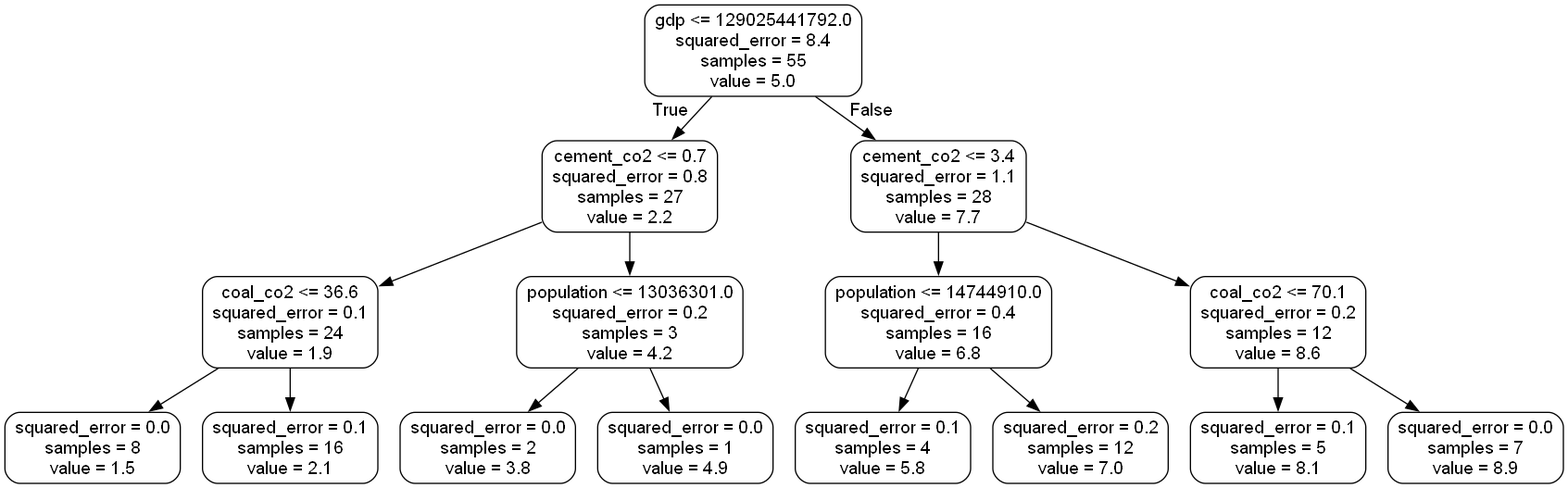
Before: small_tree.png, a diagram exported from Graphviz (L-dos-Santos/final-project). Its source is kept beside it as small_tree.dot.
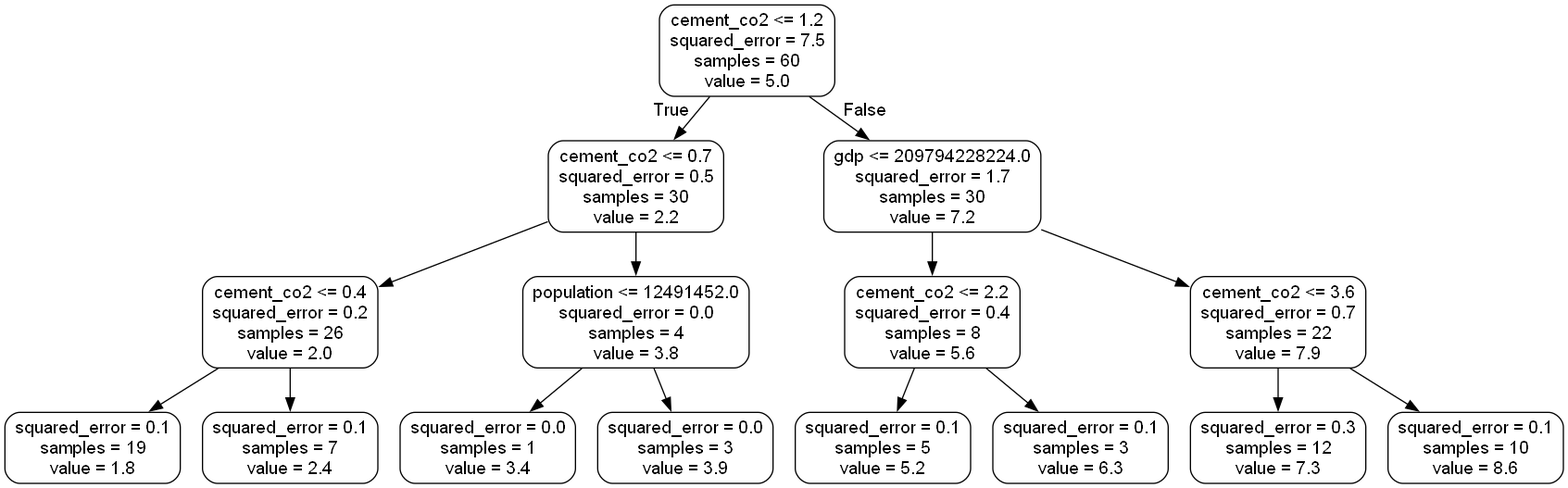
Later version of the same file.

The edit, as a diff of the source:
```diff
@@ -1,33 +1,33 @@
 digraph Tree {
 node [shape=box, style="rounded", color="black", fontname="helvetica"] ;
 edge [fontname="helvetica"] ;
-0 [label="gdp <= 129025441792.0\nsquared_error = 8.4\nsamples = 55\nvalue = 5.0"] ;
-1 [label="cement_co2 <= 0.7\nsquared_error = 0.8\nsamples = 27\nvalue = 2.2"] ;
+0 [label="cement_co2 <= 1.2\nsquared_error = 7.5\nsamples = 60\nvalue = 5.0"] ;
+1 [label="cement_co2 <= 0.7\nsquared_error = 0.5\nsamples = 30\nvalue = 2.2"] ;
 0 -> 1 [labeldistance=2.5, labelangle=45, headlabel="True"] ;
-2 [label="coal_co2 <= 36.6\nsquared_error = 0.1\nsamples = 24\nvalue = 1.9"] ;
+2 [label="cement_co2 <= 0.4\nsquared_error = 0.2\nsamples = 26\nvalue = 2.0"] ;
 1 -> 2 ;
-3 [label="squared_error = 0.0\nsamples = 8\nvalue = 1.5"] ;
+3 [label="squared_error = 0.1\nsamples = 19\nvalue = 1.8"] ;
 2 -> 3 ;
-4 [label="squared_error = 0.1\nsamples = 16\nvalue = 2.1"] ;
+4 [label="squared_error = 0.1\nsamples = 7\nvalue = 2.4"] ;
 2 -> 4 ;
-5 [label="population <= 13036301.0\nsquared_error = 0.2\nsamples = 3\nvalue = 4.2"] ;
+5 [label="population <= 12491452.0\nsquared_error = 0.0\nsamples = 4\nvalue = 3.8"] ;
 1 -> 5 ;
-6 [label="squared_error = 0.0\nsamples = 2\nvalue = 3.8"] ;
+6 [label="squared_error = 0.0\nsamples = 1\nvalue = 3.4"] ;
 5 -> 6 ;
-7 [label="squared_error = 0.0\nsamples = 1\nvalue = 4.9"] ;
+7 [label="squared_error = 0.0\nsamples = 3\nvalue = 3.9"] ;
 5 -> 7 ;
-8 [label="cement_co2 <= 3.4\nsquared_error = 1.1\nsamples = 28\nvalue = 7.7"] ;
+8 [label="gdp <= 209794228224.0\nsquared_error = 1.7\nsamples = 30\nvalue = 7.2"] ;
 0 -> 8 [labeldistance=2.5, labelangle=-45, headlabel="False"] ;
-9 [label="population <= 14744910.0\nsquared_error = 0.4\nsamples = 16\nvalue = 6.8"] ;
+9 [label="cement_co2 <= 2.2\nsquared_error = 0.4\nsamples = 8\nvalue = 5.6"] ;
 8 -> 9 ;
-10 [label="squared_error = 0.1\nsamples = 4\nvalue = 5.8"] ;
+10 [label="squared_error = 0.1\nsamples = 5\nvalue = 5.2"] ;
 9 -> 10 ;
-11 [label="squared_error = 0.2\nsamples = 12\nvalue = 7.0"] ;
+11 [label="squared_error = 0.1\nsamples = 3\nvalue = 6.3"] ;
 9 -> 11 ;
-12 [label="coal_co2 <= 70.1\nsquared_error = 0.2\nsamples = 12\nvalue = 8.6"] ;
+12 [label="cement_co2 <= 3.6\nsquared_error = 0.7\nsamples = 22\nvalue = 7.9"] ;
 8 -> 12 ;
-13 [label="squared_error = 0.1\nsamples = 5\nvalue = 8.1"] ;
+13 [label="squared_error = 0.3\nsamples = 12\nvalue = 7.3"] ;
 12 -> 13 ;
-14 [label="squared_error = 0.0\nsamples = 7\nvalue = 8.9"] ;
+14 [label="squared_error = 0.1\nsamples = 10\nvalue = 8.6"] ;
 12 -> 14 ;
 }
```
